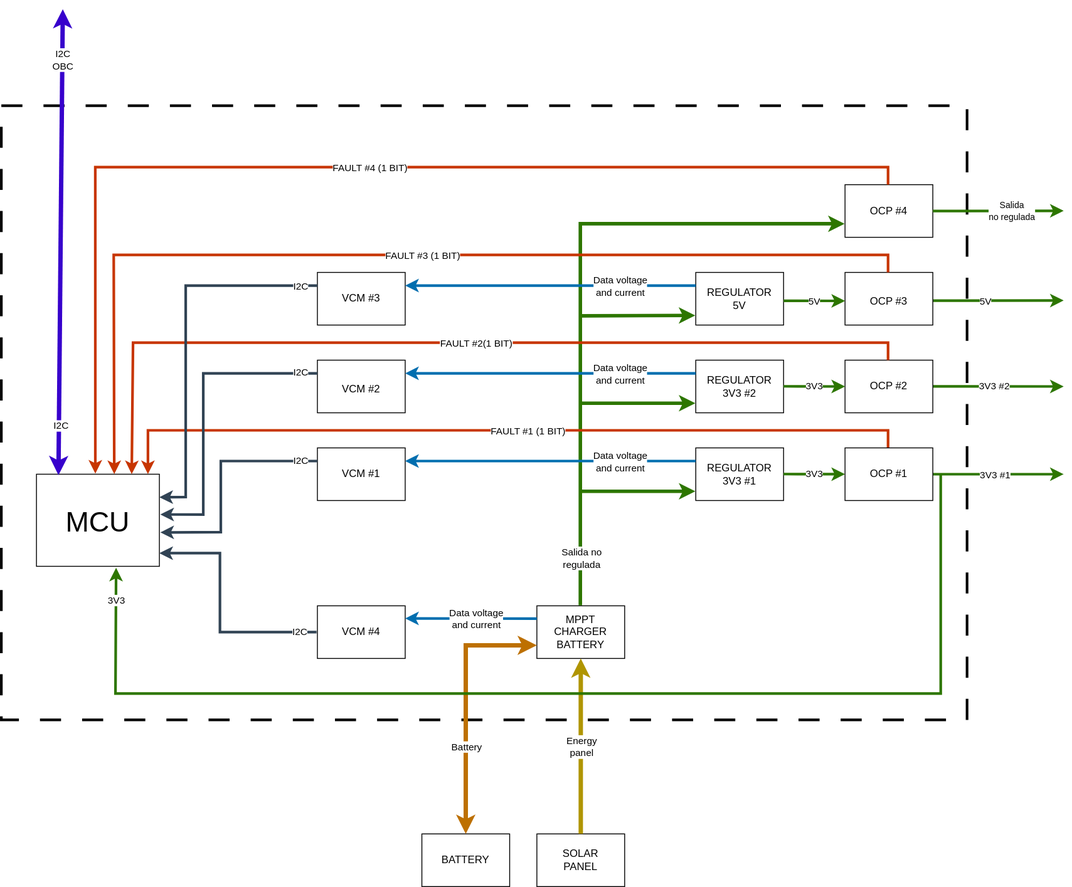
TobiasDecoud/Electrical-Power-System keeps this draw.io diagram as diagrama.svg. Above is the earlier version. Source tidied: cells renumbered, new cells last; positions are measured from the earlier drawing's top-left corner, leaving out a move shared by most shapes.
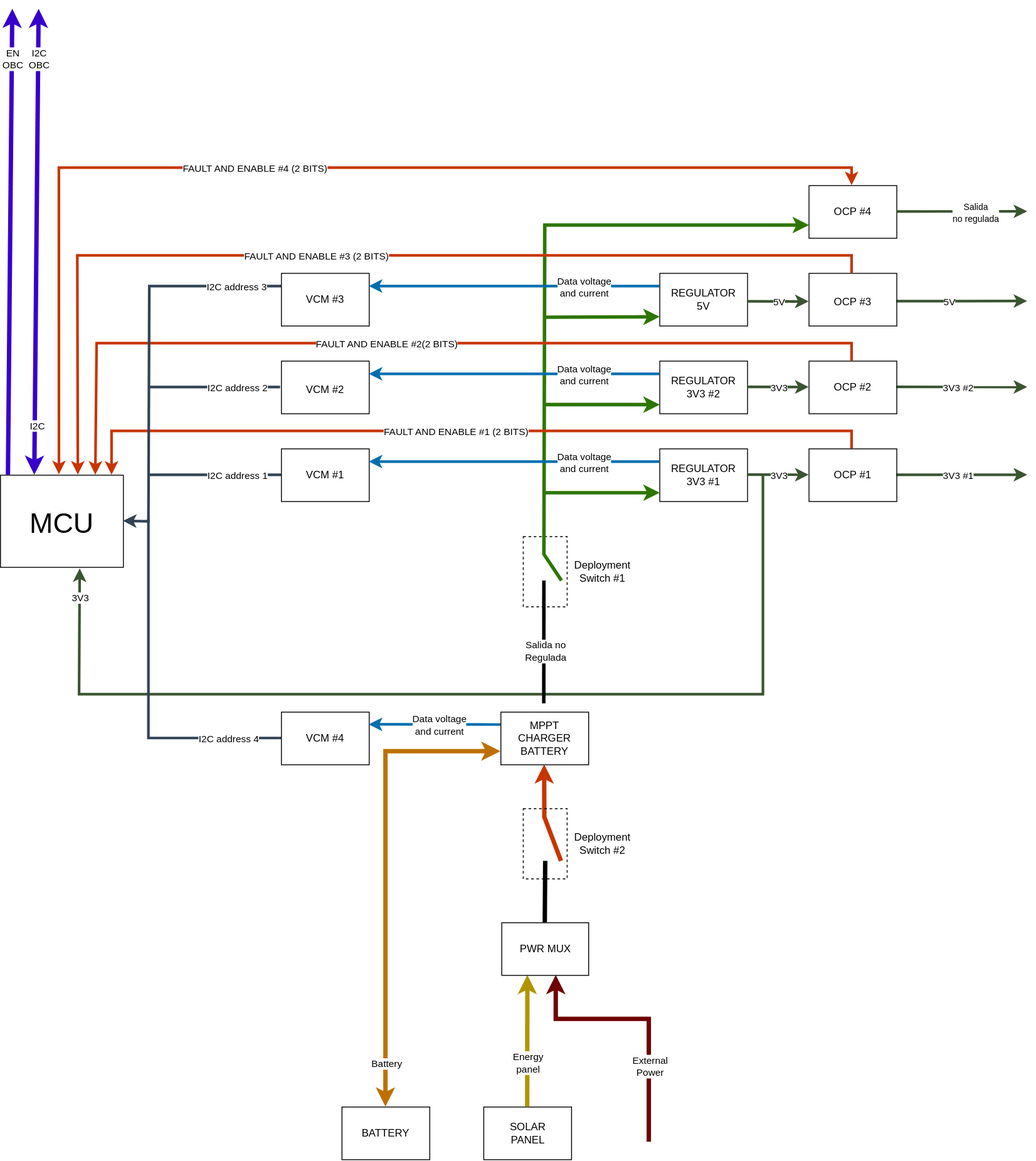
The same diagram one commit later.

Change to the diagram source:
```diff
@@ -4,3 +4,6 @@
     <mxCell id="1" parent="0" />
+    <mxCell id="85" style="rounded=0;whiteSpace=wrap;html=1;fillColor=none;dashed=1;" parent="1" vertex="1">
+      <mxGeometry x="635.5" y="600" width="50" height="80" as="geometry" />
+    </mxCell>
-    <mxCell id="2" style="endArrow=classic;html=1;rounded=0;fillColor=#60a917;strokeColor=#2D7600;strokeWidth=3;" parent="1" edge="1">
+    <mxCell id="2" style="endArrow=classic;html=1;rounded=0;fillColor=#6d8764;strokeColor=#3A5431;strokeWidth=3;" parent="1" edge="1">
       <mxGeometry relative="1" as="geometry">
@@ -15,3 +18,3 @@
     </mxCell>
-    <mxCell id="4" style="endArrow=classic;html=1;rounded=0;fillColor=#60a917;strokeColor=#2D7600;strokeWidth=3;" parent="1" edge="1">
+    <mxCell id="4" style="endArrow=classic;html=1;rounded=0;fillColor=#6d8764;strokeColor=#3A5431;strokeWidth=3;" parent="1" edge="1">
       <mxGeometry relative="1" as="geometry">
@@ -26,5 +29,2 @@
     </mxCell>
-    <mxCell id="6" style="rounded=0;whiteSpace=wrap;html=1;fillColor=none;dashed=1;dashPattern=8 8;strokeWidth=3;" parent="1" vertex="1">
-      <mxGeometry y="110" width="1100" height="700" as="geometry" />
-    </mxCell>
     <mxCell id="7" style="rounded=0;whiteSpace=wrap;html=1;fillColor=none;" parent="1" vertex="1">
@@ -39,12 +39,12 @@
     <mxCell id="10" style="rounded=0;whiteSpace=wrap;html=1;fillColor=none;" parent="1" vertex="1">
-      <mxGeometry x="610" y="680" width="100" height="60" as="geometry" />
+      <mxGeometry x="610" y="800" width="100" height="60" as="geometry" />
     </mxCell>
     <mxCell id="11" value="MPPT CHARGER BATTERY" style="text;html=1;whiteSpace=wrap;strokeColor=none;fillColor=none;align=center;verticalAlign=middle;rounded=0;" parent="1" vertex="1">
-      <mxGeometry x="630" y="695" width="60" height="30" as="geometry" />
+      <mxGeometry x="630" y="815" width="60" height="30" as="geometry" />
     </mxCell>
     <mxCell id="12" style="rounded=0;whiteSpace=wrap;html=1;fillColor=none;" parent="1" vertex="1">
-      <mxGeometry x="479" y="940" width="100" height="60" as="geometry" />
+      <mxGeometry x="429" y="1250" width="100" height="60" as="geometry" />
     </mxCell>
     <mxCell id="13" value="BATTERY" style="text;html=1;whiteSpace=wrap;strokeColor=none;fillColor=none;align=center;verticalAlign=middle;rounded=0;" parent="1" vertex="1">
-      <mxGeometry x="499" y="955" width="60" height="30" as="geometry" />
+      <mxGeometry x="449" y="1265" width="60" height="30" as="geometry" />
     </mxCell>
@@ -105,12 +105,12 @@
     <mxCell id="32" style="rounded=0;whiteSpace=wrap;html=1;fillColor=none;" parent="1" vertex="1">
-      <mxGeometry x="360" y="680" width="100" height="60" as="geometry" />
+      <mxGeometry x="360" y="800" width="100" height="60" as="geometry" />
     </mxCell>
     <mxCell id="33" value="VCM #4" style="text;html=1;whiteSpace=wrap;strokeColor=none;fillColor=none;align=center;verticalAlign=middle;rounded=0;" parent="1" vertex="1">
-      <mxGeometry x="380" y="695" width="60" height="30" as="geometry" />
+      <mxGeometry x="380" y="815" width="60" height="30" as="geometry" />
     </mxCell>
     <mxCell id="34" style="rounded=0;whiteSpace=wrap;html=1;fillColor=none;" parent="1" vertex="1">
-      <mxGeometry x="610" y="940" width="100" height="60" as="geometry" />
+      <mxGeometry x="590.5" y="1250" width="100" height="60" as="geometry" />
     </mxCell>
     <mxCell id="35" value="SOLAR PANEL" style="text;html=1;whiteSpace=wrap;strokeColor=none;fillColor=none;align=center;verticalAlign=middle;rounded=0;" parent="1" vertex="1">
-      <mxGeometry x="630" y="955" width="60" height="30" as="geometry" />
+      <mxGeometry x="610.5" y="1265" width="60" height="30" as="geometry" />
     </mxCell>
@@ -133,5 +133,6 @@
     </mxCell>
-    <mxCell id="39" style="endArrow=classic;html=1;rounded=0;fillColor=#60a917;strokeColor=#2D7600;strokeWidth=4;entryX=0;entryY=0.75;entryDx=0;entryDy=0;exitX=0.5;exitY=0;exitDx=0;exitDy=0;" parent="1" edge="1" source="10" target="14">
+    <mxCell id="39" style="endArrow=classic;html=1;rounded=0;fillColor=#60a917;strokeColor=#2D7600;strokeWidth=4;entryX=0;entryY=0.75;entryDx=0;entryDy=0;exitX=0.87;exitY=0.625;exitDx=0;exitDy=0;exitPerimeter=0;" parent="1" edge="1" source="85" target="14">
       <mxGeometry relative="1" as="geometry">
         <Array as="points">
+          <mxPoint x="659" y="620" />
           <mxPoint x="660" y="245" />
@@ -140,8 +141,3 @@
     </mxCell>
-    <mxCell id="40" value="Salida no&lt;div&gt;&lt;span style=&quot;background-color: light-dark(#ffffff, var(--ge-dark-color, #121212)); color: light-dark(rgb(0, 0, 0), rgb(255, 255, 255));&quot;&gt;regulada&lt;/span&gt;&lt;/div&gt;" style="edgeLabel;html=1;align=center;verticalAlign=middle;rotation=0;" parent="39" vertex="1">
-      <mxGeometry relative="1" as="geometry">
-        <mxPoint y="313" as="offset" />
-      </mxGeometry>
-    </mxCell>
-    <mxCell id="41" style="endArrow=classic;html=1;rounded=0;entryX=0;entryY=0.5;entryDx=0;entryDy=0;fillColor=#60a917;strokeColor=#2D7600;strokeWidth=3;" parent="1" edge="1" target="81">
+    <mxCell id="41" style="endArrow=classic;html=1;rounded=0;entryX=0;entryY=0.5;entryDx=0;entryDy=0;fillColor=#6d8764;strokeColor=#3A5431;strokeWidth=3;" parent="1" edge="1" target="81">
       <mxGeometry relative="1" as="geometry">
@@ -153,3 +149,3 @@
     </mxCell>
-    <mxCell id="43" style="endArrow=classic;html=1;rounded=0;entryX=0;entryY=0.5;entryDx=0;entryDy=0;fillColor=#60a917;strokeColor=#2D7600;strokeWidth=3;" parent="1" edge="1">
+    <mxCell id="43" style="endArrow=classic;html=1;rounded=0;entryX=0;entryY=0.5;entryDx=0;entryDy=0;fillColor=#6d8764;strokeColor=#3A5431;strokeWidth=3;" parent="1" edge="1">
       <mxGeometry relative="1" as="geometry">
@@ -162,3 +158,3 @@
     </mxCell>
-    <mxCell id="45" style="endArrow=classic;html=1;rounded=0;entryX=0;entryY=0.5;entryDx=0;entryDy=0;fillColor=#60a917;strokeColor=#2D7600;strokeWidth=3;" parent="1" edge="1">
+    <mxCell id="45" style="endArrow=classic;html=1;rounded=0;entryX=0;entryY=0.5;entryDx=0;entryDy=0;fillColor=#6d8764;strokeColor=#3A5431;strokeWidth=3;" parent="1" edge="1">
       <mxGeometry relative="1" as="geometry">
@@ -208,8 +204,8 @@
     </mxCell>
-    <mxCell id="54" value="FAULT #3 (1 BIT)" style="edgeLabel;html=1;align=center;verticalAlign=middle;" parent="53" vertex="1">
+    <mxCell id="54" value="FAULT AND ENABLE #3 (2 BITS)" style="edgeLabel;html=1;align=center;verticalAlign=middle;" parent="53" vertex="1">
       <mxGeometry relative="1" as="geometry">
-        <mxPoint x="25" as="offset" />
+        <mxPoint x="-55" as="offset" />
       </mxGeometry>
     </mxCell>
-    <mxCell id="55" style="endArrow=classic;html=1;rounded=0;fillColor=#fa6800;strokeColor=#C73500;strokeWidth=3;exitX=0.5;exitY=0;exitDx=0;exitDy=0;entryX=0.479;entryY=-0.006;entryDx=0;entryDy=0;entryPerimeter=0;" parent="1" edge="1" target="7">
+    <mxCell id="55" style="endArrow=classic;html=1;rounded=0;fillColor=#fa6800;strokeColor=#C73500;strokeWidth=3;exitX=0.5;exitY=0;exitDx=0;exitDy=0;entryX=0.479;entryY=-0.006;entryDx=0;entryDy=0;entryPerimeter=0;startArrow=classic;startFill=1;" parent="1" edge="1" target="7">
       <mxGeometry relative="1" as="geometry">
@@ -222,5 +218,5 @@
     </mxCell>
-    <mxCell id="56" value="FAULT #4 (1 BIT)" style="edgeLabel;html=1;align=center;verticalAlign=middle;" parent="55" vertex="1">
+    <mxCell id="56" value="FAULT AND ENABLE #4 (2 BITS)" style="edgeLabel;html=1;align=center;verticalAlign=middle;" parent="55" vertex="1">
       <mxGeometry relative="1" as="geometry">
-        <mxPoint x="25" as="offset" />
+        <mxPoint x="-65" as="offset" />
       </mxGeometry>
@@ -236,5 +232,5 @@
     </mxCell>
-    <mxCell id="58" value="FAULT #2(1 BIT)" style="edgeLabel;html=1;align=center;verticalAlign=middle;" parent="57" vertex="1">
+    <mxCell id="58" value="FAULT AND ENABLE #2(2 BITS)" style="edgeLabel;html=1;align=center;verticalAlign=middle;" parent="57" vertex="1">
       <mxGeometry relative="1" as="geometry">
-        <mxPoint x="25" as="offset" />
+        <mxPoint x="-36" as="offset" />
       </mxGeometry>
@@ -250,5 +246,5 @@
     </mxCell>
-    <mxCell id="60" value="FAULT #1 (1 BIT)" style="edgeLabel;html=1;align=center;verticalAlign=middle;" parent="59" vertex="1">
+    <mxCell id="60" value="FAULT AND ENABLE #1 (2 BITS)" style="edgeLabel;html=1;align=center;verticalAlign=middle;" parent="59" vertex="1">
       <mxGeometry relative="1" as="geometry">
-        <mxPoint x="25" as="offset" />
+        <mxPoint x="-15" as="offset" />
       </mxGeometry>
@@ -257,4 +253,4 @@
       <mxGeometry relative="1" as="geometry">
-        <mxPoint x="610" y="694.6" as="sourcePoint" />
-        <mxPoint x="460" y="694.4" as="targetPoint" />
+        <mxPoint x="610" y="814.6" as="sourcePoint" />
+        <mxPoint x="460" y="814.4" as="targetPoint" />
       </mxGeometry>
@@ -266,3 +262,3 @@
     </mxCell>
-    <mxCell id="63" style="endArrow=classic;html=1;rounded=0;fillColor=#647687;strokeColor=#314354;strokeWidth=3;exitX=0;exitY=0.25;exitDx=0;exitDy=0;entryX=1;entryY=0.25;entryDx=0;entryDy=0;" parent="1" edge="1" source="30" target="7">
+    <mxCell id="63" style="endArrow=classic;html=1;rounded=0;fillColor=#647687;strokeColor=#314354;strokeWidth=3;exitX=0;exitY=0.25;exitDx=0;exitDy=0;entryX=1;entryY=0.5;entryDx=0;entryDy=0;" parent="1" edge="1" source="30" target="7">
       <mxGeometry relative="1" as="geometry">
@@ -270,3 +266,3 @@
           <mxPoint x="210" y="315" />
-          <mxPoint x="210" y="556" />
+          <mxPoint x="209" y="583" />
         </Array>
@@ -274,53 +270,10 @@
     </mxCell>
-    <mxCell id="64" value="I2C" style="edgeLabel;html=1;align=center;verticalAlign=middle;" parent="63" vertex="1">
+    <mxCell id="64" value="I2C address 3" style="edgeLabel;html=1;align=center;verticalAlign=middle;" parent="63" vertex="1">
       <mxGeometry relative="1" as="geometry">
-        <mxPoint x="130" y="-61" as="offset" />
+        <mxPoint x="99" y="-73" as="offset" />
       </mxGeometry>
     </mxCell>
-    <mxCell id="65" style="endArrow=classic;html=1;rounded=0;fillColor=#647687;strokeColor=#314354;strokeWidth=3;entryX=1.008;entryY=0.437;entryDx=0;entryDy=0;entryPerimeter=0;" parent="1" edge="1" target="7">
-      <mxGeometry relative="1" as="geometry">
-        <mxPoint x="360" y="415" as="sourcePoint" />
-        <Array as="points">
-          <mxPoint x="230" y="415" />
-          <mxPoint x="230" y="576" />
-        </Array>
-      </mxGeometry>
-    </mxCell>
-    <mxCell id="66" value="I2C" style="edgeLabel;html=1;align=center;verticalAlign=middle;" parent="65" vertex="1">
-      <mxGeometry relative="1" as="geometry">
-        <mxPoint x="110" y="-42" as="offset" />
-      </mxGeometry>
-    </mxCell>
-    <mxCell id="67" style="endArrow=classic;html=1;rounded=0;fillColor=#647687;strokeColor=#314354;strokeWidth=3;entryX=1.008;entryY=0.632;entryDx=0;entryDy=0;entryPerimeter=0;" parent="1" edge="1" target="7">
-      <mxGeometry relative="1" as="geometry">
-        <mxPoint x="360" y="515" as="sourcePoint" />
-        <Array as="points">
-          <mxPoint x="250" y="515" />
-          <mxPoint x="250" y="596" />
-        </Array>
-      </mxGeometry>
-    </mxCell>
-    <mxCell id="68" value="I2C" style="edgeLabel;html=1;align=center;verticalAlign=middle;" parent="67" vertex="1">
-      <mxGeometry relative="1" as="geometry">
-        <mxPoint x="90" y="-21" as="offset" />
-      </mxGeometry>
-    </mxCell>
-    <mxCell id="69" style="endArrow=classic;html=1;rounded=0;fillColor=#647687;strokeColor=#314354;strokeWidth=3;" parent="1" edge="1">
-      <mxGeometry relative="1" as="geometry">
-        <mxPoint x="359" y="710" as="sourcePoint" />
-        <mxPoint x="180" y="620" as="targetPoint" />
-        <Array as="points">
-          <mxPoint x="249" y="710" />
-          <mxPoint x="249" y="620" />
-        </Array>
-      </mxGeometry>
-    </mxCell>
-    <mxCell id="70" value="I2C" style="edgeLabel;html=1;align=center;verticalAlign=middle;" parent="69" vertex="1">
-      <mxGeometry relative="1" as="geometry">
-        <mxPoint x="90" y="24" as="offset" />
-      </mxGeometry>
-    </mxCell>
     <mxCell id="71" style="endArrow=classic;html=1;rounded=0;exitX=0.5;exitY=0;exitDx=0;exitDy=0;strokeWidth=5;fillColor=#e3c800;strokeColor=#B09500;" parent="1" edge="1" source="34">
       <mxGeometry relative="1" as="geometry">
-        <mxPoint x="660" y="740" as="targetPoint" />
+        <mxPoint x="640.7" y="1100" as="targetPoint" />
       </mxGeometry>
@@ -329,3 +282,3 @@
       <mxGeometry x="-0.45" y="-4" relative="1" as="geometry">
-        <mxPoint x="-4" y="-45" as="offset" />
+        <mxPoint x="-4" y="-9" as="offset" />
       </mxGeometry>
@@ -335,3 +288,3 @@
         <Array as="points">
-          <mxPoint x="529" y="725" />
+          <mxPoint x="479" y="845" />
         </Array>
@@ -340,5 +293,5 @@
     <mxCell id="74" value="Battery" style="edgeLabel;html=1;align=center;verticalAlign=middle;" parent="1" vertex="1">
-      <mxGeometry x="529" y="840" as="geometry" />
+      <mxGeometry x="479" y="1200" as="geometry" />
     </mxCell>
-    <mxCell id="75" style="endArrow=classic;html=1;rounded=0;fillColor=#60a917;strokeColor=#2D7600;strokeWidth=3;" parent="1" edge="1">
+    <mxCell id="75" style="endArrow=classic;html=1;rounded=0;fillColor=#6d8764;strokeColor=#3A5431;strokeWidth=3;" parent="1" edge="1">
       <mxGeometry relative="1" as="geometry">
@@ -353,7 +306,7 @@
     </mxCell>
-    <mxCell id="77" style="endArrow=classic;html=1;rounded=0;strokeWidth=3;fillColor=#60a917;strokeColor=#2D7600;entryX=0.648;entryY=1.016;entryDx=0;entryDy=0;entryPerimeter=0;" parent="1" edge="1" target="7">
+    <mxCell id="77" style="endArrow=classic;html=1;rounded=0;strokeWidth=3;fillColor=#6d8764;strokeColor=#3A5431;entryX=0.648;entryY=1.016;entryDx=0;entryDy=0;entryPerimeter=0;" parent="1" edge="1" target="7">
       <mxGeometry relative="1" as="geometry">
-        <mxPoint x="1070" y="530" as="sourcePoint" />
+        <mxPoint x="909" y="530" as="sourcePoint" />
         <Array as="points">
-          <mxPoint x="1070" y="780" />
+          <mxPoint x="909" y="780" />
           <mxPoint x="130" y="780" />
@@ -365,3 +318,3 @@
     </mxCell>
-    <mxCell id="79" style="endArrow=classic;html=1;rounded=0;fillColor=#60a917;strokeColor=#2D7600;strokeWidth=3;" parent="1" edge="1">
+    <mxCell id="79" style="endArrow=classic;html=1;rounded=0;fillColor=#6d8764;strokeColor=#3A5431;strokeWidth=3;" parent="1" edge="1">
       <mxGeometry relative="1" as="geometry">
@@ -379,5 +332,6 @@
     </mxCell>
-    <mxCell id="82" style="endArrow=classic;html=1;rounded=0;exitX=0.179;exitY=0.01;exitDx=0;exitDy=0;exitPerimeter=0;fillColor=#6a00ff;strokeColor=#3700CC;strokeWidth=5;startArrow=classic;startFill=1;" parent="1" edge="1" source="7">
+    <mxCell id="82" style="endArrow=classic;html=1;rounded=0;exitX=0.179;exitY=0.01;exitDx=0;exitDy=0;exitPerimeter=0;fillColor=#6a00ff;strokeColor=#3700CC;strokeWidth=5;startArrow=classic;startFill=1;" parent="1" edge="1">
       <mxGeometry relative="1" as="geometry">
-        <mxPoint x="70" as="targetPoint" />
+        <mxPoint x="79" y="530" as="sourcePoint" />
+        <mxPoint x="83.9" y="-1" as="targetPoint" />
       </mxGeometry>
@@ -392,2 +346,95 @@
     </mxCell>
+    <mxCell id="86" value="PWR MUX" style="text;html=1;whiteSpace=wrap;strokeColor=none;fillColor=none;align=center;verticalAlign=middle;rounded=0;" parent="1" vertex="1">
+      <mxGeometry x="630.5" y="1055" width="60" height="30" as="geometry" />
+    </mxCell>
+    <mxCell id="87" style="endArrow=classic;html=1;rounded=0;strokeWidth=5;fillColor=#a20025;strokeColor=#6F0000;" parent="1" edge="1">
+      <mxGeometry relative="1" as="geometry">
+        <mxPoint x="779" y="1290" as="sourcePoint" />
+        <mxPoint x="673" y="1100" as="targetPoint" />
+        <Array as="points">
+          <mxPoint x="779" y="1150" />
+          <mxPoint x="673" y="1150" />
+        </Array>
+      </mxGeometry>
+    </mxCell>
+    <mxCell id="88" value="External&lt;div&gt;Power&lt;/div&gt;" style="edgeLabel;html=1;align=center;verticalAlign=middle;" parent="87" vertex="1">
+      <mxGeometry x="-0.45" y="-4" relative="1" as="geometry">
+        <mxPoint x="-4" y="-5" as="offset" />
+      </mxGeometry>
+    </mxCell>
+    <mxCell id="89" style="endArrow=classic;html=1;rounded=0;strokeWidth=5;fillColor=#fa6800;strokeColor=#C73500;" parent="1" edge="1">
+      <mxGeometry relative="1" as="geometry">
+        <mxPoint x="679" y="970" as="sourcePoint" />
+        <mxPoint x="659.8" y="860" as="targetPoint" />
+        <Array as="points">
+          <mxPoint x="660" y="920" />
+        </Array>
+      </mxGeometry>
+    </mxCell>
+    <mxCell id="90" style="rounded=0;whiteSpace=wrap;html=1;fillColor=none;" parent="1" vertex="1">
+      <mxGeometry x="611" y="1040" width="99" height="60" as="geometry" />
+    </mxCell>
+    <mxCell id="91" style="endArrow=classic;html=1;rounded=0;exitX=0.179;exitY=0.01;exitDx=0;exitDy=0;exitPerimeter=0;fillColor=#6a00ff;strokeColor=light-dark(#3700CC, #731c3f);strokeWidth=5;startArrow=none;startFill=0;" parent="1" edge="1">
+      <mxGeometry relative="1" as="geometry">
+        <mxPoint x="49" y="530" as="sourcePoint" />
+        <mxPoint x="53.9" y="-1.1" as="targetPoint" />
+      </mxGeometry>
+    </mxCell>
+    <mxCell id="92" value="EN&lt;div&gt;OBC&lt;/div&gt;" style="edgeLabel;html=1;align=center;verticalAlign=middle;" parent="91" vertex="1">
+      <mxGeometry x="0.78" relative="1" as="geometry" />
+    </mxCell>
+    <mxCell id="93" style="endArrow=none;html=1;rounded=0;strokeWidth=3;fillColor=#647687;strokeColor=#314354;" parent="1" edge="1">
+      <mxGeometry relative="1" as="geometry">
+        <mxPoint x="209" y="430" as="sourcePoint" />
+        <mxPoint x="359" y="430" as="targetPoint" />
+      </mxGeometry>
+    </mxCell>
+    <mxCell id="94" style="endArrow=none;html=1;rounded=0;strokeWidth=3;fillColor=#647687;strokeColor=#314354;" parent="1" edge="1">
+      <mxGeometry relative="1" as="geometry">
+        <mxPoint x="210" y="530" as="sourcePoint" />
+        <mxPoint x="360" y="530" as="targetPoint" />
+      </mxGeometry>
+    </mxCell>
+    <mxCell id="95" style="endArrow=none;html=1;rounded=0;strokeWidth=3;fillColor=#647687;strokeColor=#314354;entryX=0;entryY=0.5;entryDx=0;entryDy=0;" parent="1" edge="1" target="32">
+      <mxGeometry relative="1" as="geometry">
+        <mxPoint x="209" y="580" as="sourcePoint" />
+        <Array as="points">
+          <mxPoint x="209" y="830" />
+        </Array>
+      </mxGeometry>
+    </mxCell>
+    <mxCell id="96" value="I2C address 2" style="edgeLabel;html=1;align=center;verticalAlign=middle;" parent="1" vertex="1">
+      <mxGeometry x="309" y="430" as="geometry" />
+    </mxCell>
+    <mxCell id="97" value="I2C address 1" style="edgeLabel;html=1;align=center;verticalAlign=middle;" parent="1" vertex="1">
+      <mxGeometry x="309" y="530" as="geometry" />
+    </mxCell>
+    <mxCell id="98" value="I2C address 4" style="edgeLabel;html=1;align=center;verticalAlign=middle;" parent="1" vertex="1">
+      <mxGeometry x="299" y="830" as="geometry" />
+    </mxCell>
+    <mxCell id="99" style="endArrow=none;html=1;rounded=0;exitX=0.5;exitY=0;exitDx=0;exitDy=0;strokeWidth=4;strokeColor=light-dark(#000000,#73B14C);" parent="1" edge="1">
+      <mxGeometry relative="1" as="geometry">
+        <mxPoint x="658.9" y="790" as="sourcePoint" />
+        <mxPoint x="659" y="650" as="targetPoint" />
+      </mxGeometry>
+    </mxCell>
+    <mxCell id="100" value="Salida no&lt;br&gt;Regulada" style="edgeLabel;html=1;align=center;verticalAlign=middle;" parent="99" vertex="1">
+      <mxGeometry x="-0.36" y="-1" relative="1" as="geometry">
+        <mxPoint y="-15" as="offset" />
+      </mxGeometry>
+    </mxCell>
+    <mxCell id="101" value="Deployment Switch #1" style="text;html=1;whiteSpace=wrap;strokeColor=none;fillColor=none;align=center;verticalAlign=middle;rounded=0;" parent="1" vertex="1">
+      <mxGeometry x="685.5" y="625" width="80" height="30" as="geometry" />
+    </mxCell>
+    <mxCell id="102" style="endArrow=none;html=1;rounded=0;entryX=0.5;entryY=0;entryDx=0;entryDy=0;strokeWidth=5;strokeColor=light-dark(#000000,#FF9164);" parent="1" edge="1" target="90">
+      <mxGeometry relative="1" as="geometry">
+        <mxPoint x="661" y="970" as="sourcePoint" />
+      </mxGeometry>
+    </mxCell>
+    <mxCell id="103" style="rounded=0;whiteSpace=wrap;html=1;fillColor=none;dashed=1;" parent="1" vertex="1">
+      <mxGeometry x="635.5" y="910" width="50" height="80" as="geometry" />
+    </mxCell>
+    <mxCell id="104" value="Deployment Switch #2" style="text;html=1;whiteSpace=wrap;strokeColor=none;fillColor=none;align=center;verticalAlign=middle;rounded=0;" parent="1" vertex="1">
+      <mxGeometry x="685.5" y="935" width="80" height="30" as="geometry" />
+    </mxCell>
   </root>
```
